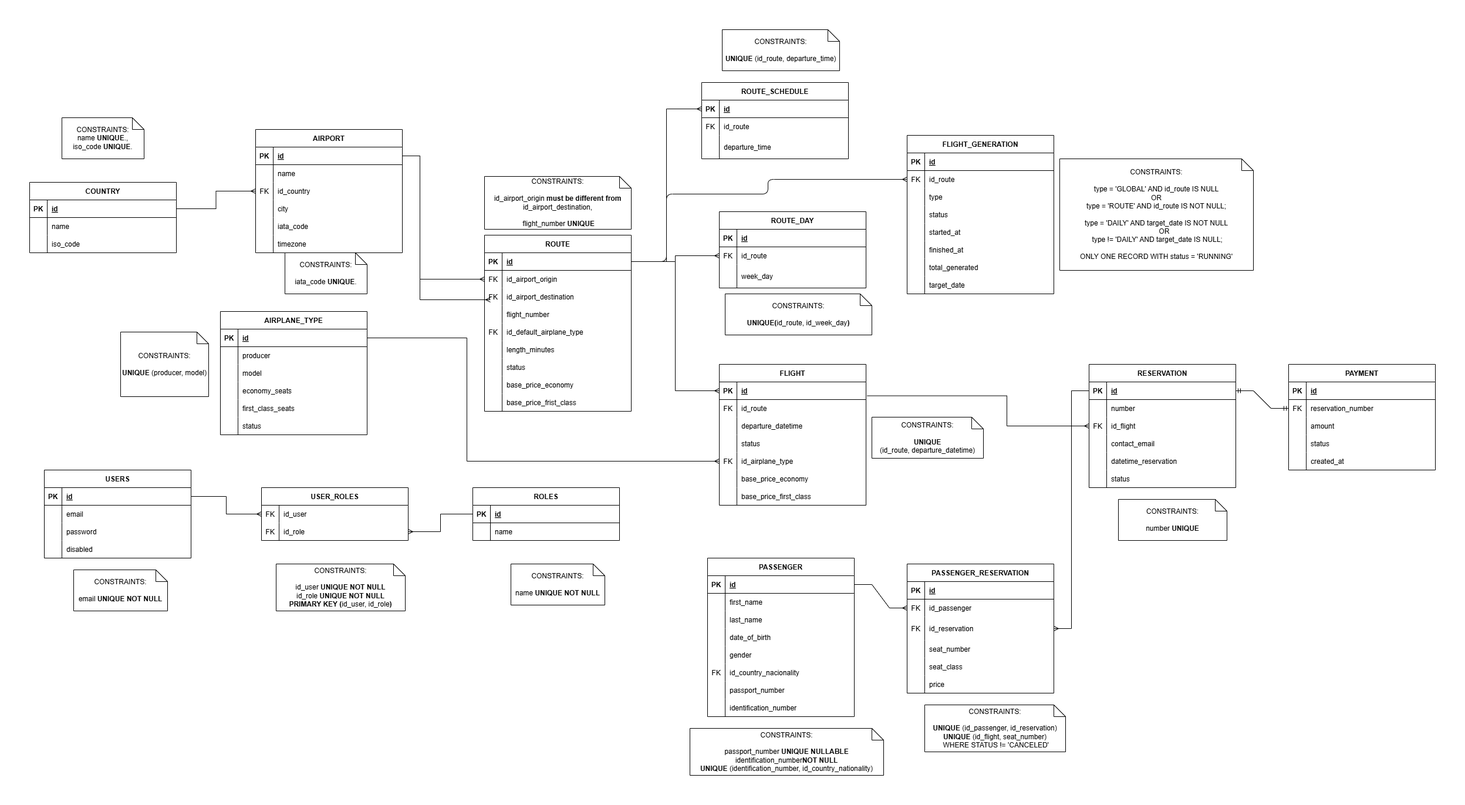
This is docs/erd.png from CamiloLVZ/falcon-booking-api, a draw.io export, as it was before one commit. Source tidied: cells renumbered, new cells last; positions are measured from the earlier drawing's top-left corner, leaving out a move shared by most shapes.
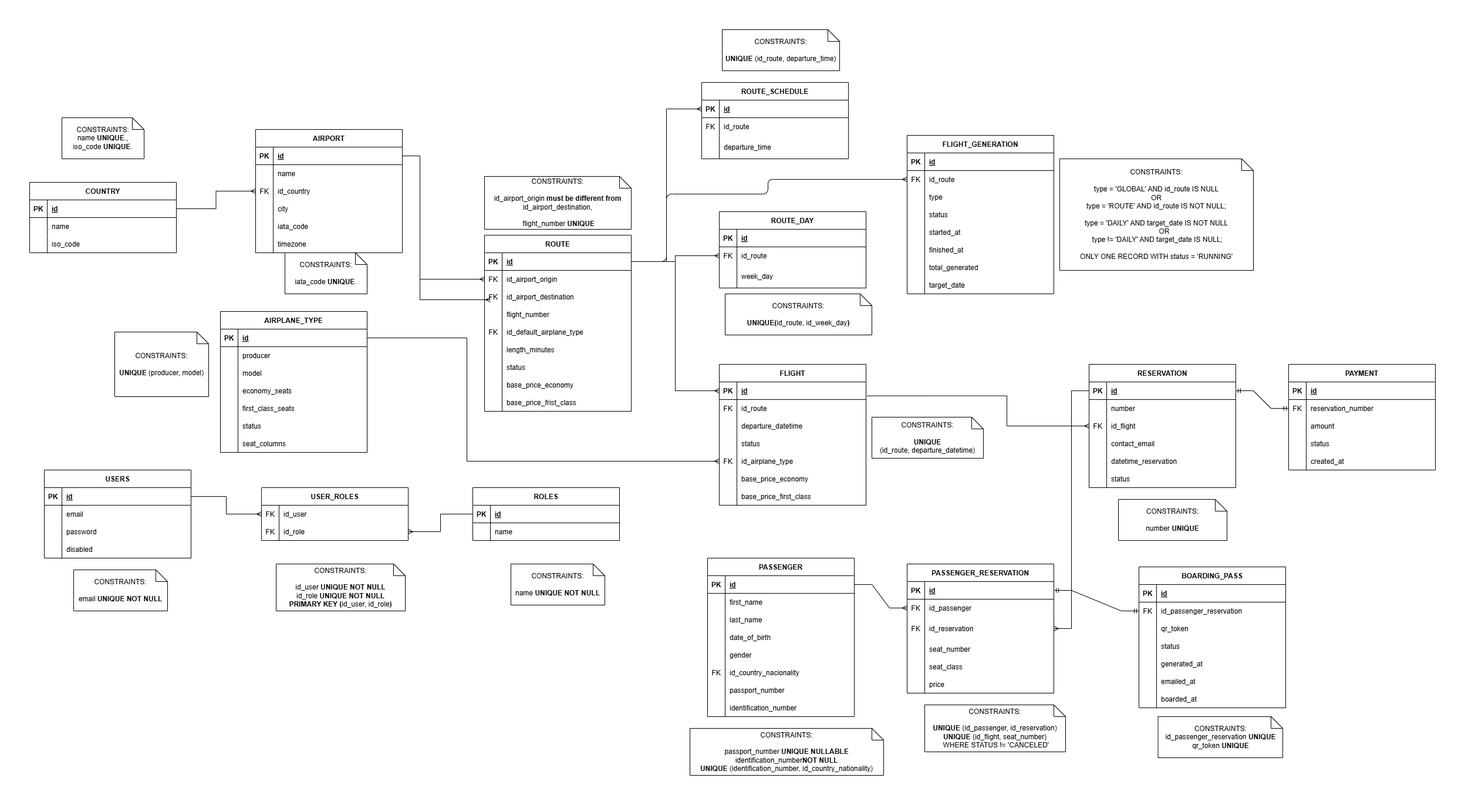
After the commit.

What changed in the source:
```diff
@@ -3,7 +3,7 @@
     <mxCell id="0" />
     <mxCell id="1" parent="0" />
     <mxCell id="2" value="AIRPLANE_TYPE" style="shape=table;startSize=30;rowLines=0;fontStyle=1;align=center;" parent="1" vertex="1">
-      <mxGeometry x="325" y="480" width="250" height="210" as="geometry" />
+      <mxGeometry x="325" y="480" width="250" height="240" as="geometry" />
     </mxCell>
     <mxCell id="3" style="shape=partialRectangle;fillColor=none;points=[[0,0.5],[1,0.5]];portConstraint=eastwest;top=0;left=0;right=0;bottom=1;" parent="2" vertex="1">
       <mxGeometry y="30" width="250" height="30" as="geometry" />
@@ -59,6 +59,15 @@
     <mxCell id="20" value="status" style="shape=partialRectangle;overflow=hidden;fillColor=none;top=0;left=0;bottom=0;right=0;align=left;spacingLeft=6;" parent="18" vertex="1">
       <mxGeometry x="30" width="220" height="30" as="geometry" />
     </mxCell>
+    <mxCell id="279" style="shape=partialRectangle;fillColor=none;top=0;left=0;right=0;bottom=0;" parent="2" vertex="1">
+      <mxGeometry y="210" width="250" height="30" as="geometry" />
+    </mxCell>
+    <mxCell id="280" style="shape=partialRectangle;overflow=hidden;fillColor=none;top=0;left=0;bottom=0;right=0;" parent="279" vertex="1">
+      <mxGeometry width="30" height="30" as="geometry" />
+    </mxCell>
+    <mxCell id="281" value="seat_columns" style="shape=partialRectangle;overflow=hidden;fillColor=none;top=0;left=0;bottom=0;right=0;align=left;spacingLeft=6;" parent="279" vertex="1">
+      <mxGeometry x="30" width="220" height="30" as="geometry" />
+    </mxCell>
     <mxCell id="21" value="USERS" style="shape=table;startSize=30;rowLines=0;fontStyle=1;align=center;" parent="1" vertex="1">
       <mxGeometry x="25" y="750" width="250" height="150" as="geometry" />
     </mxCell>
@@ -598,7 +607,7 @@
       <mxGeometry x="435" y="380" width="140" height="70" as="geometry" />
     </mxCell>
     <mxCell id="195" value="CONSTRAINTS:&lt;br&gt;&lt;br&gt;&lt;b&gt;UNIQUE &lt;/b&gt;(producer, model)" style="shape=note;size=20;whiteSpace=wrap;html=1;" parent="1" vertex="1">
-      <mxGeometry x="155" y="515" width="150" height="110" as="geometry" />
+      <mxGeometry x="145" y="515" width="160" height="110" as="geometry" />
     </mxCell>
     <mxCell id="196" value="CONSTRAINTS:&lt;br&gt;&lt;br&gt;id_airport_origin &lt;b&gt;must be different from&lt;/b&gt; id_airport_destination&lt;span style=&quot;background-color: transparent; color: light-dark(rgb(0, 0, 0), rgb(255, 255, 255));&quot;&gt;,&lt;/span&gt;&lt;div&gt;&lt;br&gt;&lt;div&gt;&lt;span style=&quot;background-color: transparent; color: light-dark(rgb(0, 0, 0), rgb(255, 255, 255));&quot;&gt;&amp;nbsp;flight_number &lt;/span&gt;&lt;b style=&quot;background-color: transparent; color: light-dark(rgb(0, 0, 0), rgb(255, 255, 255));&quot;&gt;UNIQUE&lt;/b&gt;&lt;/div&gt;&lt;/div&gt;" style="shape=note;size=20;whiteSpace=wrap;html=1;" parent="1" vertex="1">
       <mxGeometry x="775" y="250" width="250" height="90" as="geometry" />
@@ -861,5 +870,77 @@
     <mxCell id="278" style="edgeStyle=entityRelationEdgeStyle;fontSize=12;html=1;endArrow=ERmandOne;startArrow=ERmandOne;rounded=0;entryX=0;entryY=0.5;entryDx=0;entryDy=0;exitX=1;exitY=0.5;exitDx=0;exitDy=0;" parent="1" edge="1" source="129" target="266">
       <mxGeometry relative="1" as="geometry" />
     </mxCell>
+    <mxCell id="282" value="BOARDING_PASS" style="shape=table;startSize=30;rowLines=0;fontStyle=1;align=center;" parent="1" vertex="1">
+      <mxGeometry x="1890" y="915" width="250" height="240" as="geometry" />
+    </mxCell>
+    <mxCell id="283" style="shape=partialRectangle;fillColor=none;top=0;left=0;right=0;bottom=1;" parent="282" vertex="1">
+      <mxGeometry y="30" width="250" height="30" as="geometry" />
+    </mxCell>
+    <mxCell id="284" value="PK" style="shape=partialRectangle;overflow=hidden;fillColor=none;top=0;left=0;bottom=0;right=0;fontStyle=1;" parent="283" vertex="1">
+      <mxGeometry width="30" height="30" as="geometry" />
+    </mxCell>
+    <mxCell id="285" value="id" style="shape=partialRectangle;overflow=hidden;fillColor=none;top=0;left=0;bottom=0;right=0;align=left;spacingLeft=6;fontStyle=5;" parent="283" vertex="1">
+      <mxGeometry x="30" width="220" height="30" as="geometry" />
+    </mxCell>
+    <mxCell id="286" style="shape=partialRectangle;fillColor=none;points=[[0,0.5],[1,0.5]];portConstraint=eastwest;top=0;left=0;right=0;bottom=0;" parent="282" vertex="1">
+      <mxGeometry y="60" width="250" height="30" as="geometry" />
+    </mxCell>
+    <mxCell id="287" value="FK" style="shape=partialRectangle;overflow=hidden;fillColor=none;top=0;left=0;bottom=0;right=0;" parent="286" vertex="1">
+      <mxGeometry width="30" height="30" as="geometry" />
+    </mxCell>
+    <mxCell id="288" value="id_passenger_reservation" style="shape=partialRectangle;overflow=hidden;fillColor=none;top=0;left=0;bottom=0;right=0;align=left;spacingLeft=6;" parent="286" vertex="1">
+      <mxGeometry x="30" width="220" height="30" as="geometry" />
+    </mxCell>
+    <mxCell id="289" style="shape=partialRectangle;fillColor=none;top=0;left=0;right=0;bottom=0;" parent="282" vertex="1">
+      <mxGeometry y="90" width="250" height="30" as="geometry" />
+    </mxCell>
+    <mxCell id="290" style="shape=partialRectangle;overflow=hidden;fillColor=none;top=0;left=0;bottom=0;right=0;" parent="289" vertex="1">
+      <mxGeometry width="30" height="30" as="geometry" />
+    </mxCell>
+    <mxCell id="291" value="qr_token" style="shape=partialRectangle;overflow=hidden;fillColor=none;top=0;left=0;bottom=0;right=0;align=left;spacingLeft=6;" parent="289" vertex="1">
+      <mxGeometry x="30" width="220" height="30" as="geometry" />
+    </mxCell>
+    <mxCell id="292" style="shape=partialRectangle;fillColor=none;top=0;left=0;right=0;bottom=0;" parent="282" vertex="1">
+      <mxGeometry y="120" width="250" height="30" as="geometry" />
+    </mxCell>
+    <mxCell id="293" style="shape=partialRectangle;overflow=hidden;fillColor=none;top=0;left=0;bottom=0;right=0;" parent="292" vertex="1">
+      <mxGeometry width="30" height="30" as="geometry" />
+    </mxCell>
+    <mxCell id="294" value="status" style="shape=partialRectangle;overflow=hidden;fillColor=none;top=0;left=0;bottom=0;right=0;align=left;spacingLeft=6;" parent="292" vertex="1">
+      <mxGeometry x="30" width="220" height="30" as="geometry" />
+    </mxCell>
+    <mxCell id="295" style="shape=partialRectangle;fillColor=none;top=0;left=0;right=0;bottom=0;" parent="282" vertex="1">
+      <mxGeometry y="150" width="250" height="30" as="geometry" />
+    </mxCell>
+    <mxCell id="296" style="shape=partialRectangle;overflow=hidden;fillColor=none;top=0;left=0;bottom=0;right=0;" parent="295" vertex="1">
+      <mxGeometry width="30" height="30" as="geometry" />
+    </mxCell>
+    <mxCell id="297" value="generated_at" style="shape=partialRectangle;overflow=hidden;fillColor=none;top=0;left=0;bottom=0;right=0;align=left;spacingLeft=6;" parent="295" vertex="1">
+      <mxGeometry x="30" width="220" height="30" as="geometry" />
+    </mxCell>
+    <mxCell id="298" style="shape=partialRectangle;fillColor=none;top=0;left=0;right=0;bottom=0;" parent="282" vertex="1">
+      <mxGeometry y="180" width="250" height="30" as="geometry" />
+    </mxCell>
+    <mxCell id="299" style="shape=partialRectangle;overflow=hidden;fillColor=none;top=0;left=0;bottom=0;right=0;" parent="298" vertex="1">
+      <mxGeometry width="30" height="30" as="geometry" />
+    </mxCell>
+    <mxCell id="300" value="emailed_at" style="shape=partialRectangle;overflow=hidden;fillColor=none;top=0;left=0;bottom=0;right=0;align=left;spacingLeft=6;" parent="298" vertex="1">
+      <mxGeometry x="30" width="220" height="30" as="geometry" />
+    </mxCell>
+    <mxCell id="301" style="shape=partialRectangle;fillColor=none;top=0;left=0;right=0;bottom=0;" parent="282" vertex="1">
+      <mxGeometry y="210" width="250" height="30" as="geometry" />
+    </mxCell>
+    <mxCell id="302" style="shape=partialRectangle;overflow=hidden;fillColor=none;top=0;left=0;bottom=0;right=0;" parent="301" vertex="1">
+      <mxGeometry width="30" height="30" as="geometry" />
+    </mxCell>
+    <mxCell id="303" value="boarded_at" style="shape=partialRectangle;overflow=hidden;fillColor=none;top=0;left=0;bottom=0;right=0;align=left;spacingLeft=6;" parent="301" vertex="1">
+      <mxGeometry x="30" width="220" height="30" as="geometry" />
+    </mxCell>
+    <mxCell id="304" style="edgeStyle=entityRelationEdgeStyle;fontSize=12;html=1;endArrow=ERmandOne;startArrow=ERmandOne;rounded=0;entryX=0;entryY=0.5;entryDx=0;entryDy=0;exitX=1;exitY=0.5;exitDx=0;exitDy=0;" parent="1" edge="1" source="174" target="286">
+      <mxGeometry relative="1" as="geometry" />
+    </mxCell>
+    <mxCell id="305" value="CONSTRAINTS:&lt;br&gt;&lt;div&gt;id_passenger_reservation&amp;nbsp;&lt;b&gt;UNIQUE&lt;/b&gt;&lt;/div&gt;&lt;div&gt;qr_token&amp;nbsp;&lt;b&gt;UNIQUE&lt;br&gt;&lt;/b&gt;&lt;/div&gt;" style="shape=note;size=20;whiteSpace=wrap;html=1;" parent="1" vertex="1">
+      <mxGeometry x="1922.5" y="1170" width="212.5" height="70" as="geometry" />
+    </mxCell>
   </root>
 </mxGraphModel>
```
